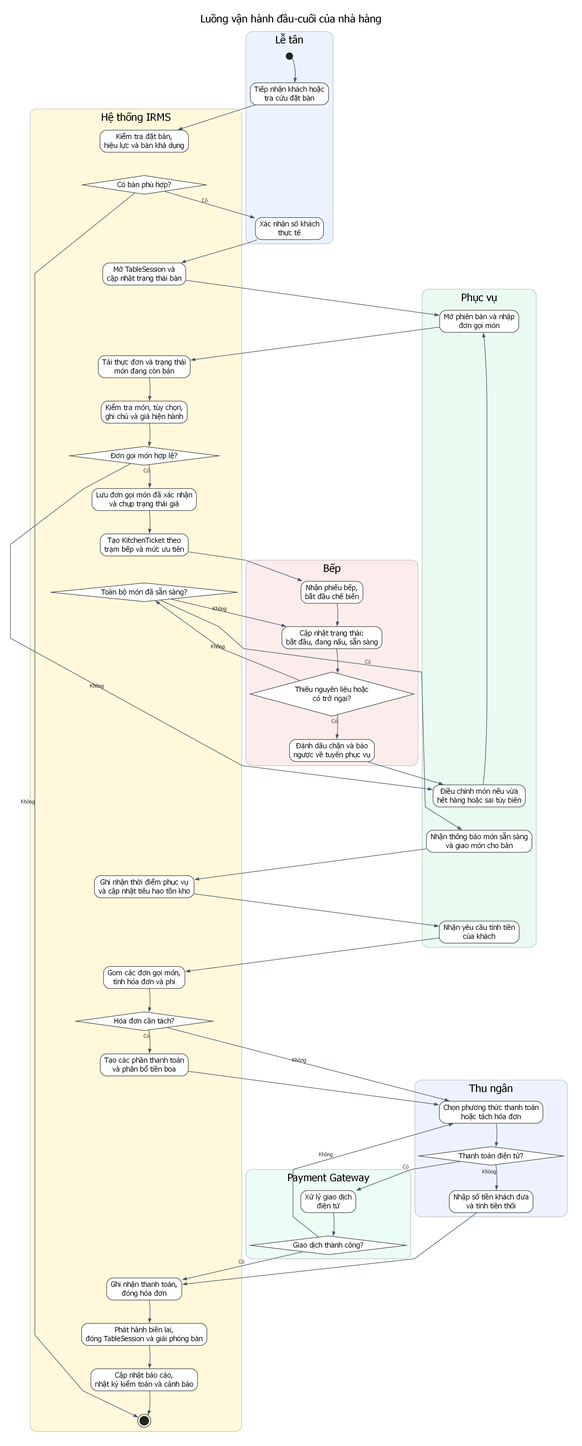
The Graphviz diagram assets/diagrams/rendered/modeling/03_activity_diagram_end_to_end_restaurant_operation.png in lehoangluan1/SA_IRMS, before a commit. Its source is kept beside it as assets/diagrams/source/modeling/03_activity_diagram_end_to_end_restaurant_operation.dot. Its diagram source:
```dot
digraph G {
  graph [rankdir=TB, newrank=true, splines=polyline, nodesep=0.42, ranksep=0.62, pad=0.28, dpi=180, bgcolor="white", fontname="DejaVu Sans"];
  node [fontname="DejaVu Sans"];
  edge [fontname="DejaVu Sans", fontsize=10, color="#475569", penwidth=1.1, arrowsize=0.72];
  labelloc="t"; labeljust="c"; fontsize=20; fontname="DejaVu Sans"; label="Luồng vận hành đầu-cuối của nhà hàng";

  subgraph cluster_host {
    style="rounded,filled";
    fillcolor="#EAF3FF"; color="#BBBBBB";
    label="Lễ tân";
    h0 [shape=circle, label="", width=0.18, height=0.18, fixedsize=true, style=filled, fillcolor="#222222", color="#222222"];
    h1 [label="Tiếp nhận khách hoặc\ntra cứu đặt bàn", shape=rect, style="rounded,filled", fillcolor="white", color="#333333"];
    h2 [label="Xác nhận số khách\nthực tế", shape=rect, style="rounded,filled", fillcolor="white", color="#333333"];
    h0 -> h1 -> h2 [style=invis, weight=20];
  }

  subgraph cluster_system {
    style="rounded,filled";
    fillcolor="#FFF8DB"; color="#BBBBBB";
    label="Hệ thống IRMS";
    s1 [label="Kiểm tra đặt bàn,\nhiệu lực và bàn khả dụng", shape=rect, style="rounded,filled", fillcolor="white", color="#333333"];
    s2 [label="Có bàn phù hợp?", shape=diamond, style="filled", fillcolor="white", color="#333333"];
    s3 [label="Mở TableSession và\ncập nhật trạng thái bàn", shape=rect, style="rounded,filled", fillcolor="white", color="#333333"];
    s4 [label="Tải thực đơn và trạng thái\nmón đang còn bán", shape=rect, style="rounded,filled", fillcolor="white", color="#333333"];
    s5 [label="Kiểm tra món, tùy chọn,\nghi chú và giá hiện hành", shape=rect, style="rounded,filled", fillcolor="white", color="#333333"];
    s6 [label="Đơn gọi món hợp lệ?", shape=diamond, style="filled", fillcolor="white", color="#333333"];
    s7 [label="Lưu đơn gọi món đã xác nhận\nvà chụp trạng thái giá", shape=rect, style="rounded,filled", fillcolor="white", color="#333333"];
    s8 [label="Tạo KitchenTicket theo\ntrạm bếp và mức ưu tiên", shape=rect, style="rounded,filled", fillcolor="white", color="#333333"];
    s9 [label="Toàn bộ món đã sẵn sàng?", shape=diamond, style="filled", fillcolor="white", color="#333333"];
    s10 [label="Ghi nhận thời điểm phục vụ\nvà cập nhật tiêu hao tồn kho", shape=rect, style="rounded,filled", fillcolor="white", color="#333333"];
    s11 [label="Gom các đơn gọi món,\ntính hóa đơn và phí", shape=rect, style="rounded,filled", fillcolor="white", color="#333333"];
    s12 [label="Hóa đơn cần tách?", shape=diamond, style="filled", fillcolor="white", color="#333333"];
    s13 [label="Tạo các phần thanh toán\nvà phân bổ tiền boa", shape=rect, style="rounded,filled", fillcolor="white", color="#333333"];
    s14 [label="Ghi nhận thanh toán,\nđóng hóa đơn", shape=rect, style="rounded,filled", fillcolor="white", color="#333333"];
    s15 [label="Phát hành biên lai,\nđóng TableSession và giải phóng bàn", shape=rect, style="rounded,filled", fillcolor="white", color="#333333"];
    s16 [label="Cập nhật báo cáo,\nnhật ký kiểm toán và cảnh báo", shape=rect, style="rounded,filled", fillcolor="white", color="#333333"];
    s17 [shape=doublecircle, label="", width=0.24, height=0.24, fixedsize=true, style=filled, fillcolor="#222222", color="#222222"];
    s1 -> s2 -> s3 -> s4 -> s5 -> s6 -> s7 -> s8 -> s9 -> s10 -> s11 -> s12 -> s13 -> s14 -> s15 -> s16 -> s17 [style=invis, weight=20];
  }

  subgraph cluster_server {
    style="rounded,filled";
    fillcolor="#EAFBF1"; color="#BBBBBB";
    label="Phục vụ";
    p1 [label="Mở phiên bàn và nhập\nđơn gọi món", shape=rect, style="rounded,filled", fillcolor="white", color="#333333"];
    p2 [label="Điều chỉnh món nếu vừa\nhết hàng hoặc sai tùy biến", shape=rect, style="rounded,filled", fillcolor="white", color="#333333"];
    p3 [label="Nhận thông báo món sẵn sàng\nvà giao món cho bàn", shape=rect, style="rounded,filled", fillcolor="white", color="#333333"];
    p4 [label="Nhận yêu cầu tính tiền\ncủa khách", shape=rect, style="rounded,filled", fillcolor="white", color="#333333"];
    p1 -> p2 -> p3 -> p4 [style=invis, weight=20];
  }

  subgraph cluster_kitchen {
    style="rounded,filled";
    fillcolor="#FDECEC"; color="#BBBBBB";
    label="Bếp";
    k1 [label="Nhận phiếu bếp,\nbắt đầu chế biến", shape=rect, style="rounded,filled", fillcolor="white", color="#333333"];
    k2 [label="Cập nhật trạng thái:\nbắt đầu, đang nấu, sẵn sàng", shape=rect, style="rounded,filled", fillcolor="white", color="#333333"];
    k3 [label="Thiếu nguyên liệu hoặc\ncó trở ngại?", shape=diamond, style="filled", fillcolor="white", color="#333333"];
    k4 [label="Đánh dấu chặn và báo\nngược về tuyến phục vụ", shape=rect, style="rounded,filled", fillcolor="white", color="#333333"];
    k1 -> k2 -> k3 -> k4 [style=invis, weight=20];
  }

  subgraph cluster_cashier {
    style="rounded,filled";
    fillcolor="#EEF2FF"; color="#BBBBBB";
    label="Thu ngân";
    c1 [label="Chọn phương thức thanh toán\nhoặc tách hóa đơn", shape=rect, style="rounded,filled", fillcolor="white", color="#333333"];
    c2 [label="Thanh toán điện tử?", shape=diamond, style="filled", fillcolor="white", color="#333333"];
    c3 [label="Nhập số tiền khách đưa\nvà tính tiền thối", shape=rect, style="rounded,filled", fillcolor="white", color="#333333"];
    c1 -> c2 -> c3 [style=invis, weight=20];
  }

  subgraph cluster_gateway {
    style="rounded,filled";
    fillcolor="#ECFDF5"; color="#BBBBBB";
    label="Payment Gateway";
    g1 [label="Xử lý giao dịch\nđiện tử", shape=rect, style="rounded,filled", fillcolor="white", color="#333333"];
    g2 [label="Giao dịch thành công?", shape=diamond, style="filled", fillcolor="white", color="#333333"];
    g1 -> g2 [style=invis, weight=20];
  }

  h0 -> h1;
  h1 -> s1;
  s2 -> h2 [xlabel="Có"];
  s2 -> s17 [xlabel="Không"];
  h2 -> s3;
  s3 -> p1;
  p1 -> s4;
  s4 -> s5;
  s5 -> s6;
  s6 -> s7 [xlabel="Có"];
  s6 -> p2 [xlabel="Không"];
  p2 -> p1;
  s7 -> s8;
  s8 -> k1;
  k1 -> k2;
  k2 -> k3;
  k3 -> k4 [xlabel="Có"];
  k3 -> s9 [xlabel="Không"];
  k4 -> p2;
  s9 -> k2 [xlabel="Không"];
  s9 -> p3 [xlabel="Có"];
  p3 -> s10;
  s10 -> p4;
  p4 -> s11;
  s11 -> s12;
  s12 -> s13 [xlabel="Có"];
  s12 -> c1 [xlabel="Không"];
  s13 -> c1;
  c1 -> c2;
  c2 -> g1 [xlabel="Có"];
  c2 -> c3 [xlabel="Không"];
  g1 -> g2;
  g2 -> s14 [xlabel="Có"];
  g2 -> c1 [xlabel="Không"];
  c3 -> s14;
  s14 -> s15;
  s15 -> s16;
  s16 -> s17;
}
```
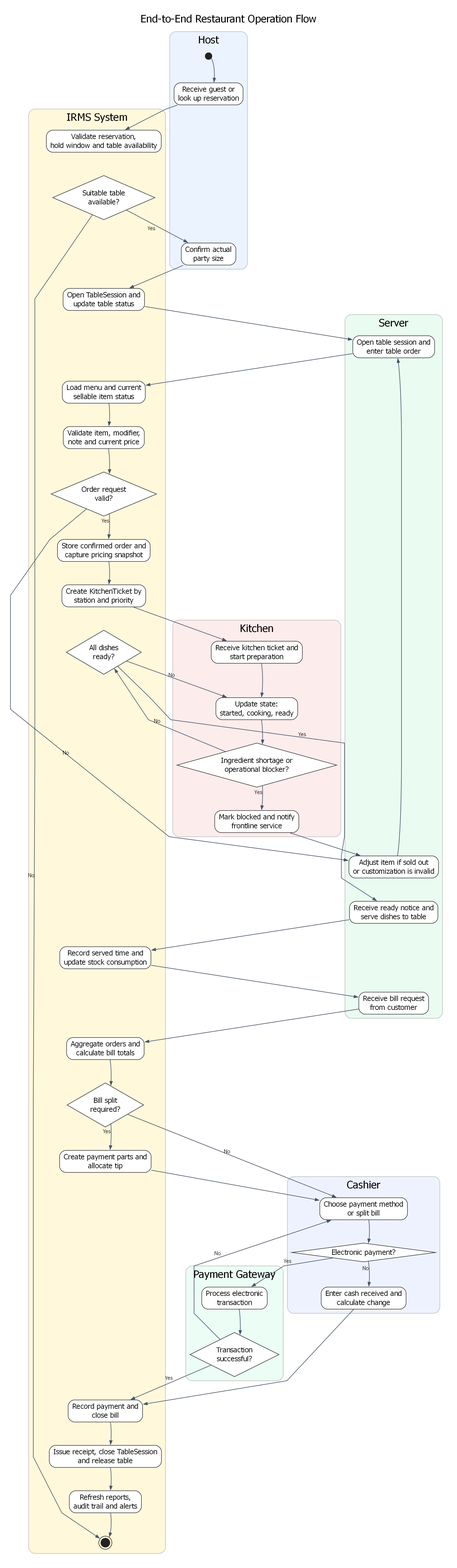
The same diagram one commit later.

Change to the diagram source:
```diff
@@ -2,38 +2,38 @@
   graph [rankdir=TB, newrank=true, splines=polyline, nodesep=0.42, ranksep=0.62, pad=0.28, dpi=180, bgcolor="white", fontname="DejaVu Sans"];
   node [fontname="DejaVu Sans"];
   edge [fontname="DejaVu Sans", fontsize=10, color="#475569", penwidth=1.1, arrowsize=0.72];
-  labelloc="t"; labeljust="c"; fontsize=20; fontname="DejaVu Sans"; label="Luồng vận hành đầu-cuối của nhà hàng";
+  labelloc="t"; labeljust="c"; fontsize=20; fontname="DejaVu Sans"; label="End-to-End Restaurant Operation Flow";
 
   subgraph cluster_host {
     style="rounded,filled";
     fillcolor="#EAF3FF"; color="#BBBBBB";
-    label="Lễ tân";
+    label="Host";
     h0 [shape=circle, label="", width=0.18, height=0.18, fixedsize=true, style=filled, fillcolor="#222222", color="#222222"];
-    h1 [label="Tiếp nhận khách hoặc\ntra cứu đặt bàn", shape=rect, style="rounded,filled", fillcolor="white", color="#333333"];
-    h2 [label="Xác nhận số khách\nthực tế", shape=rect, style="rounded,filled", fillcolor="white", color="#333333"];
+    h1 [label="Receive guest or\nlook up reservation", shape=rect, style="rounded,filled", fillcolor="white", color="#333333"];
+    h2 [label="Confirm actual\nparty size", shape=rect, style="rounded,filled", fillcolor="white", color="#333333"];
     h0 -> h1 -> h2 [style=invis, weight=20];
   }
 
   subgraph cluster_system {
     style="rounded,filled";
     fillcolor="#FFF8DB"; color="#BBBBBB";
-    label="Hệ thống IRMS";
-    s1 [label="Kiểm tra đặt bàn,\nhiệu lực và bàn khả dụng", shape=rect, style="rounded,filled", fillcolor="white", color="#333333"];
-    s2 [label="Có bàn phù hợp?", shape=diamond, style="filled", fillcolor="white", color="#333333"];
-    s3 [label="Mở TableSession và\ncập nhật trạng thái bàn", shape=rect, style="rounded,filled", fillcolor="white", color="#333333"];
-    s4 [label="Tải thực đơn và trạng thái\nmón đang còn bán", shape=rect, style="rounded,filled", fillcolor="white", color="#333333"];
-    s5 [label="Kiểm tra món, tùy chọn,\nghi chú và giá hiện hành", shape=rect, style="rounded,filled", fillcolor="white", color="#333333"];
-    s6 [label="Đơn gọi món hợp lệ?", shape=diamond, style="filled", fillcolor="white", color="#333333"];
-    s7 [label="Lưu đơn gọi món đã xác nhận\nvà chụp trạng thái giá", shape=rect, style="rounded,filled", fillcolor="white", color="#333333"];
-    s8 [label="Tạo KitchenTicket theo\ntrạm bếp và mức ưu tiên", shape=rect, style="rounded,filled", fillcolor="white", color="#333333"];
-    s9 [label="Toàn bộ món đã sẵn sàng?", shape=diamond, style="filled", fillcolor="white", color="#333333"];
-    s10 [label="Ghi nhận thời điểm phục vụ\nvà cập nhật tiêu hao tồn kho", shape=rect, style="rounded,filled", fillcolor="white", color="#333333"];
-    s11 [label="Gom các đơn gọi món,\ntính hóa đơn và phí", shape=rect, style="rounded,filled", fillcolor="white", color="#333333"];
-    s12 [label="Hóa đơn cần tách?", shape=diamond, style="filled", fillcolor="white", color="#333333"];
-    s13 [label="Tạo các phần thanh toán\nvà phân bổ tiền boa", shape=rect, style="rounded,filled", fillcolor="white", color="#333333"];
-    s14 [label="Ghi nhận thanh toán,\nđóng hóa đơn", shape=rect, style="rounded,filled", fillcolor="white", color="#333333"];
-    s15 [label="Phát hành biên lai,\nđóng TableSession và giải phóng bàn", shape=rect, style="rounded,filled", fillcolor="white", color="#333333"];
-    s16 [label="Cập nhật báo cáo,\nnhật ký kiểm toán và cảnh báo", shape=rect, style="rounded,filled", fillcolor="white", color="#333333"];
+    label="IRMS System";
+    s1 [label="Validate reservation,\nhold window and table availability", shape=rect, style="rounded,filled", fillcolor="white", color="#333333"];
+    s2 [label="Suitable table\navailable?", shape=diamond, style="filled", fillcolor="white", color="#333333"];
+    s3 [label="Open TableSession and\nupdate table status", shape=rect, style="rounded,filled", fillcolor="white", color="#333333"];
+    s4 [label="Load menu and current\nsellable item status", shape=rect, style="rounded,filled", fillcolor="white", color="#333333"];
+    s5 [label="Validate item, modifier,\nnote and current price", shape=rect, style="rounded,filled", fillcolor="white", color="#333333"];
+    s6 [label="Order request\nvalid?", shape=diamond, style="filled", fillcolor="white", color="#333333"];
+    s7 [label="Store confirmed order and\ncapture pricing snapshot", shape=rect, style="rounded,filled", fillcolor="white", color="#333333"];
+    s8 [label="Create KitchenTicket by\nstation and priority", shape=rect, style="rounded,filled", fillcolor="white", color="#333333"];
+    s9 [label="All dishes\nready?", shape=diamond, style="filled", fillcolor="white", color="#333333"];
+    s10 [label="Record served time and\nupdate stock consumption", shape=rect, style="rounded,filled", fillcolor="white", color="#333333"];
+    s11 [label="Aggregate orders and\ncalculate bill totals", shape=rect, style="rounded,filled", fillcolor="white", color="#333333"];
+    s12 [label="Bill split\nrequired?", shape=diamond, style="filled", fillcolor="white", color="#333333"];
+    s13 [label="Create payment parts and\nallocate tip", shape=rect, style="rounded,filled", fillcolor="white", color="#333333"];
+    s14 [label="Record payment and\nclose bill", shape=rect, style="rounded,filled", fillcolor="white", color="#333333"];
+    s15 [label="Issue receipt, close TableSession\nand release table", shape=rect, style="rounded,filled", fillcolor="white", color="#333333"];
+    s16 [label="Refresh reports,\naudit trail and alerts", shape=rect, style="rounded,filled", fillcolor="white", color="#333333"];
     s17 [shape=doublecircle, label="", width=0.24, height=0.24, fixedsize=true, style=filled, fillcolor="#222222", color="#222222"];
     s1 -> s2 -> s3 -> s4 -> s5 -> s6 -> s7 -> s8 -> s9 -> s10 -> s11 -> s12 -> s13 -> s14 -> s15 -> s16 -> s17 [style=invis, weight=20];
   }
@@ -41,32 +41,32 @@
   subgraph cluster_server {
     style="rounded,filled";
     fillcolor="#EAFBF1"; color="#BBBBBB";
-    label="Phục vụ";
-    p1 [label="Mở phiên bàn và nhập\nđơn gọi món", shape=rect, style="rounded,filled", fillcolor="white", color="#333333"];
-    p2 [label="Điều chỉnh món nếu vừa\nhết hàng hoặc sai tùy biến", shape=rect, style="rounded,filled", fillcolor="white", color="#333333"];
-    p3 [label="Nhận thông báo món sẵn sàng\nvà giao món cho bàn", shape=rect, style="rounded,filled", fillcolor="white", color="#333333"];
-    p4 [label="Nhận yêu cầu tính tiền\ncủa khách", shape=rect, style="rounded,filled", fillcolor="white", color="#333333"];
+    label="Server";
+    p1 [label="Open table session and\nenter table order", shape=rect, style="rounded,filled", fillcolor="white", color="#333333"];
+    p2 [label="Adjust item if sold out\nor customization is invalid", shape=rect, style="rounded,filled", fillcolor="white", color="#333333"];
+    p3 [label="Receive ready notice and\nserve dishes to table", shape=rect, style="rounded,filled", fillcolor="white", color="#333333"];
+    p4 [label="Receive bill request\nfrom customer", shape=rect, style="rounded,filled", fillcolor="white", color="#333333"];
     p1 -> p2 -> p3 -> p4 [style=invis, weight=20];
   }
 
   subgraph cluster_kitchen {
     style="rounded,filled";
     fillcolor="#FDECEC"; color="#BBBBBB";
-    label="Bếp";
-    k1 [label="Nhận phiếu bếp,\nbắt đầu chế biến", shape=rect, style="rounded,filled", fillcolor="white", color="#333333"];
-    k2 [label="Cập nhật trạng thái:\nbắt đầu, đang nấu, sẵn sàng", shape=rect, style="rounded,filled", fillcolor="white", color="#333333"];
-    k3 [label="Thiếu nguyên liệu hoặc\ncó trở ngại?", shape=diamond, style="filled", fillcolor="white", color="#333333"];
-    k4 [label="Đánh dấu chặn và báo\nngược về tuyến phục vụ", shape=rect, style="rounded,filled", fillcolor="white", color="#333333"];
+    label="Kitchen";
+    k1 [label="Receive kitchen ticket and\nstart preparation", shape=rect, style="rounded,filled", fillcolor="white", color="#333333"];
+    k2 [label="Update state:\nstarted, cooking, ready", shape=rect, style="rounded,filled", fillcolor="white", color="#333333"];
+    k3 [label="Ingredient shortage or\noperational blocker?", shape=diamond, style="filled", fillcolor="white", color="#333333"];
+    k4 [label="Mark blocked and notify\nfrontline service", shape=rect, style="rounded,filled", fillcolor="white", color="#333333"];
     k1 -> k2 -> k3 -> k4 [style=invis, weight=20];
   }
 
   subgraph cluster_cashier {
     style="rounded,filled";
     fillcolor="#EEF2FF"; color="#BBBBBB";
-    label="Thu ngân";
-    c1 [label="Chọn phương thức thanh toán\nhoặc tách hóa đơn", shape=rect, style="rounded,filled", fillcolor="white", color="#333333"];
-    c2 [label="Thanh toán điện tử?", shape=diamond, style="filled", fillcolor="white", color="#333333"];
-    c3 [label="Nhập số tiền khách đưa\nvà tính tiền thối", shape=rect, style="rounded,filled", fillcolor="white", color="#333333"];
+    label="Cashier";
+    c1 [label="Choose payment method\nor split bill", shape=rect, style="rounded,filled", fillcolor="white", color="#333333"];
+    c2 [label="Electronic payment?", shape=diamond, style="filled", fillcolor="white", color="#333333"];
+    c3 [label="Enter cash received and\ncalculate change", shape=rect, style="rounded,filled", fillcolor="white", color="#333333"];
     c1 -> c2 -> c3 [style=invis, weight=20];
   }
 
@@ -74,45 +74,45 @@
     style="rounded,filled";
     fillcolor="#ECFDF5"; color="#BBBBBB";
     label="Payment Gateway";
-    g1 [label="Xử lý giao dịch\nđiện tử", shape=rect, style="rounded,filled", fillcolor="white", color="#333333"];
-    g2 [label="Giao dịch thành công?", shape=diamond, style="filled", fillcolor="white", color="#333333"];
+    g1 [label="Process electronic\ntransaction", shape=rect, style="rounded,filled", fillcolor="white", color="#333333"];
+    g2 [label="Transaction\nsuccessful?", shape=diamond, style="filled", fillcolor="white", color="#333333"];
     g1 -> g2 [style=invis, weight=20];
   }
 
   h0 -> h1;
   h1 -> s1;
-  s2 -> h2 [xlabel="Có"];
-  s2 -> s17 [xlabel="Không"];
+  s2 -> h2 [xlabel="Yes"];
+  s2 -> s17 [xlabel="No"];
   h2 -> s3;
   s3 -> p1;
   p1 -> s4;
   s4 -> s5;
   s5 -> s6;
-  s6 -> s7 [xlabel="Có"];
-  s6 -> p2 [xlabel="Không"];
+  s6 -> s7 [xlabel="Yes"];
+  s6 -> p2 [xlabel="No"];
   p2 -> p1;
   s7 -> s8;
   s8 -> k1;
   k1 -> k2;
   k2 -> k3;
-  k3 -> k4 [xlabel="Có"];
-  k3 -> s9 [xlabel="Không"];
+  k3 -> k4 [xlabel="Yes"];
+  k3 -> s9 [xlabel="No"];
   k4 -> p2;
-  s9 -> k2 [xlabel="Không"];
-  s9 -> p3 [xlabel="Có"];
+  s9 -> k2 [xlabel="No"];
+  s9 -> p3 [xlabel="Yes"];
   p3 -> s10;
   s10 -> p4;
   p4 -> s11;
   s11 -> s12;
-  s12 -> s13 [xlabel="Có"];
-  s12 -> c1 [xlabel="Không"];
+  s12 -> s13 [xlabel="Yes"];
+  s12 -> c1 [xlabel="No"];
   s13 -> c1;
   c1 -> c2;
-  c2 -> g1 [xlabel="Có"];
-  c2 -> c3 [xlabel="Không"];
+  c2 -> g1 [xlabel="Yes"];
+  c2 -> c3 [xlabel="No"];
   g1 -> g2;
-  g2 -> s14 [xlabel="Có"];
-  g2 -> c1 [xlabel="Không"];
+  g2 -> s14 [xlabel="Yes"];
+  g2 -> c1 [xlabel="No"];
   c3 -> s14;
   s14 -> s15;
   s15 -> s16;
```
